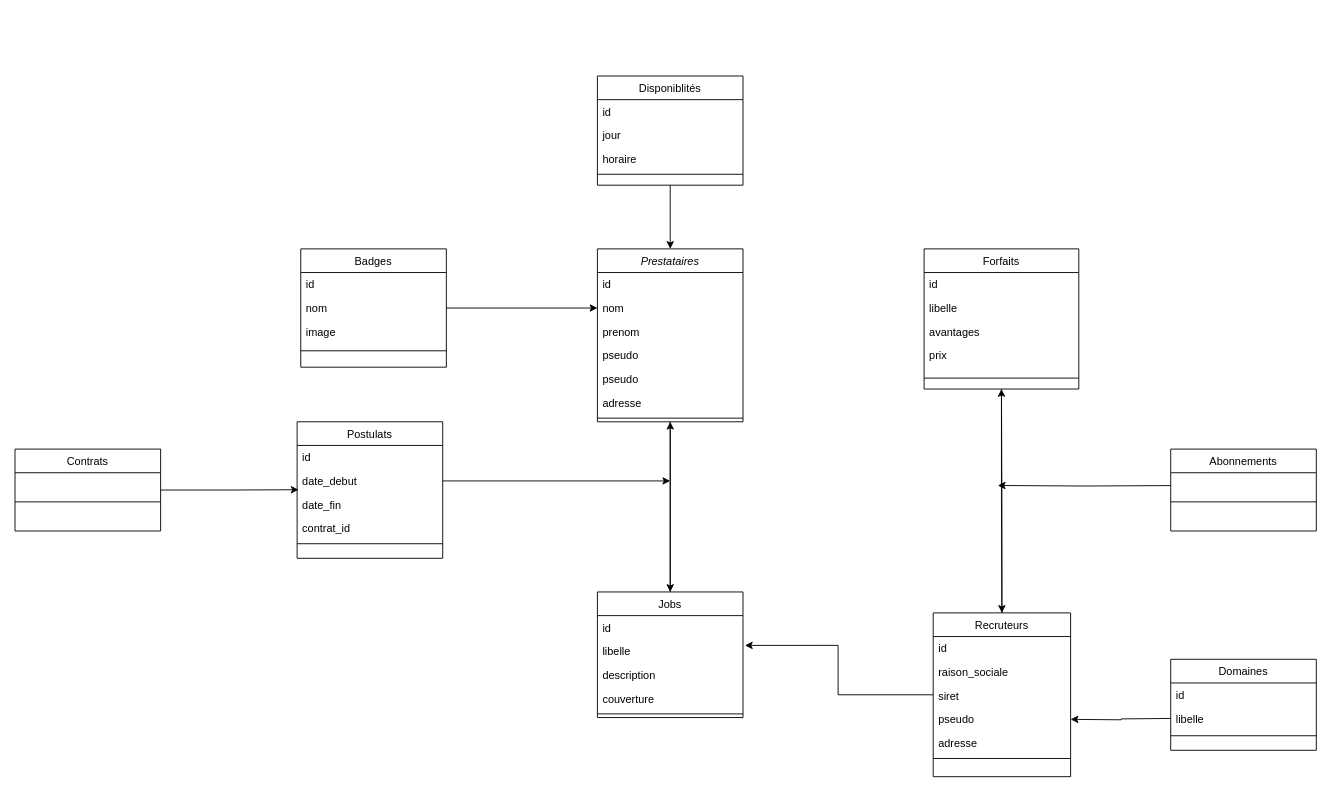
This is Diagramme de classes JobIZ.drawio from donne12/cac40-data-insight, a draw.io file, before an edit. Source tidied: cells renumbered, new cells numbered last; positions are measured from the earlier drawing's top-left corner, leaving out a move shared by most shapes. Both pictures are drawn from the tidied source at 91%, with x=0, y=0 at pixel (15, 76).
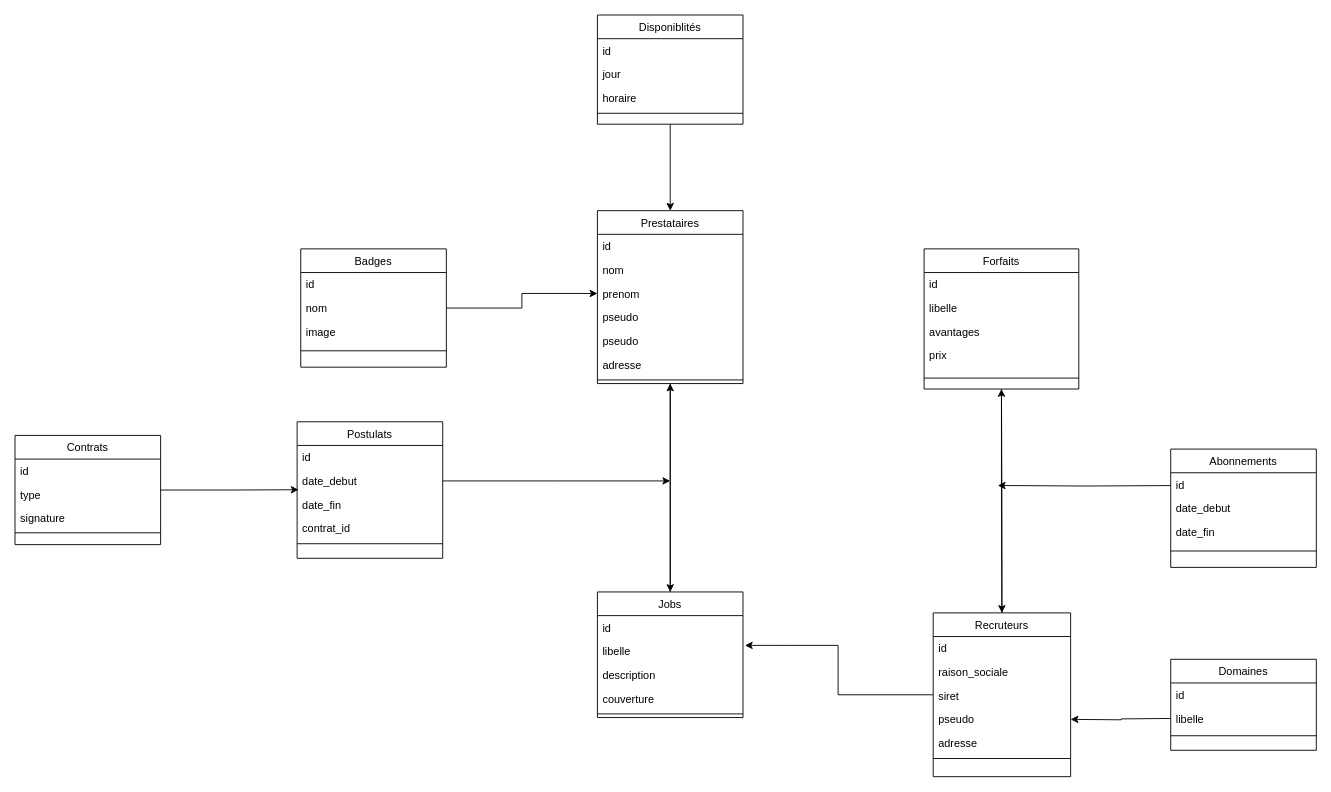
After the change.

Unchanged cells that the change refers to:
```xml
<mxCell id="5" value="nom" style="text;align=left;verticalAlign=top;spacingLeft=4;spacingRight=4;overflow=hidden;points=[[0,0.5],[1,0.5]];portConstraint=eastwest;rounded=0;shadow=0;html=0;" parent="3" vertex="1">
  <mxGeometry y="52" width="160" height="26" as="geometry" />
</mxCell>
<mxCell id="6" value="prenom" style="text;align=left;verticalAlign=top;spacingLeft=4;spacingRight=4;overflow=hidden;points=[[0,0.5],[1,0.5]];portConstraint=eastwest;rounded=0;shadow=0;html=0;" parent="3" vertex="1">
  <mxGeometry y="78" width="160" height="26" as="geometry" />
</mxCell>
<mxCell id="53" value="Badges" style="swimlane;fontStyle=0;align=center;verticalAlign=top;horizontal=1;startSize=26;rounded=0;shadow=0;strokeWidth=1;" parent="1" vertex="1">
  <mxGeometry x="314" y="190" width="160" height="130" as="geometry" />
</mxCell>
```

What changed in the source:
```diff
@@
-    <mxCell id="3" value="Prestataires" style="swimlane;fontStyle=2;align=center;verticalAlign=top;horizontal=1;startSize=26;rounded=0;shadow=0;strokeWidth=1;" parent="1" vertex="1">
-      <mxGeometry x="640" y="190" width="160" height="190" as="geometry" />
+    <mxCell id="3" value="Prestataires" style="swimlane;fontStyle=0;align=center;verticalAlign=top;horizontal=1;startSize=26;rounded=0;shadow=0;strokeWidth=1;" parent="1" vertex="1">
+      <mxGeometry x="640" y="148" width="160" height="190" as="geometry" />
     </mxCell>
@@
     <mxCell id="27" value="Disponiblités" style="swimlane;fontStyle=0;align=center;verticalAlign=top;horizontal=1;startSize=26;rounded=0;shadow=0;strokeWidth=1;" parent="1" vertex="1">
-      <mxGeometry x="640" width="160" height="120" as="geometry" />
+      <mxGeometry x="640" y="-67" width="160" height="120" as="geometry" />
     </mxCell>
@@
     <mxCell id="46" value="Contrats" style="swimlane;fontStyle=0;align=center;verticalAlign=top;horizontal=1;startSize=26;rounded=0;shadow=0;strokeWidth=1;" parent="1" vertex="1">
-      <mxGeometry y="410" width="160" height="90" as="geometry" />
+      <mxGeometry y="395" width="160" height="120" as="geometry" />
     </mxCell>
+    <mxCell id="64" value="id" style="text;align=left;verticalAlign=top;spacingLeft=4;spacingRight=4;overflow=hidden;" parent="46" vertex="1">
+      <mxGeometry y="26" width="160" height="26" as="geometry" />
+    </mxCell>
+    <mxCell id="65" value="type" style="text;align=left;verticalAlign=top;spacingLeft=4;spacingRight=4;overflow=hidden;" parent="46" vertex="1">
+      <mxGeometry y="52" width="160" height="26" as="geometry" />
+    </mxCell>
+    <mxCell id="66" value="signature" style="text;align=left;verticalAlign=top;spacingLeft=4;spacingRight=4;overflow=hidden;" parent="46" vertex="1">
+      <mxGeometry y="78" width="160" height="26" as="geometry" />
+    </mxCell>
     <mxCell id="47" style="line;html=1;strokeWidth=1;align=left;verticalAlign=middle;spacingTop=-1;spacingLeft=3;spacingRight=3;labelPosition=right;" parent="46" vertex="1">
-      <mxGeometry y="26" width="160" height="64" as="geometry" />
+      <mxGeometry y="104" width="160" height="6" as="geometry" />
     </mxCell>
     <mxCell id="48" value="Abonnements" style="swimlane;fontStyle=0;align=center;verticalAlign=top;horizontal=1;startSize=26;rounded=0;shadow=0;strokeWidth=1;" parent="1" vertex="1">
-      <mxGeometry x="1270" y="410" width="160" height="90" as="geometry" />
+      <mxGeometry x="1270" y="410" width="160" height="130" as="geometry" />
     </mxCell>
+    <mxCell id="67" value="id" style="text;align=left;verticalAlign=top;spacingLeft=4;spacingRight=4;overflow=hidden;" parent="48" vertex="1">
+      <mxGeometry y="26" width="160" height="26" as="geometry" />
+    </mxCell>
+    <mxCell id="68" value="date_debut" style="text;align=left;verticalAlign=top;spacingLeft=4;spacingRight=4;overflow=hidden;" parent="48" vertex="1">
+      <mxGeometry y="52" width="160" height="26" as="geometry" />
+    </mxCell>
+    <mxCell id="69" value="date_fin" style="text;align=left;verticalAlign=top;spacingLeft=4;spacingRight=4;overflow=hidden;" parent="48" vertex="1">
+      <mxGeometry y="78" width="160" height="26" as="geometry" />
+    </mxCell>
     <mxCell id="49" style="line;html=1;strokeWidth=1;align=left;verticalAlign=middle;spacingTop=-1;spacingLeft=3;spacingRight=3;labelPosition=right;" parent="48" vertex="1">
-      <mxGeometry y="26" width="160" height="64" as="geometry" />
+      <mxGeometry y="104" width="160" height="16" as="geometry" />
     </mxCell>
@@
-    <mxCell id="52" style="edgeStyle=orthogonalEdgeStyle;rounded=0;jettySize=auto;html=1;entryX=0;entryY=0.5;entryDx=0;entryDy=0;" parent="1" edge="1" source="53" target="5">
+    <mxCell id="52" style="edgeStyle=orthogonalEdgeStyle;rounded=0;jettySize=auto;html=1;entryX=0;entryY=0.5;entryDx=0;entryDy=0;" parent="1" edge="1" source="53" target="6">
       <mxGeometry relative="1" as="geometry" />
     </mxCell>
```
